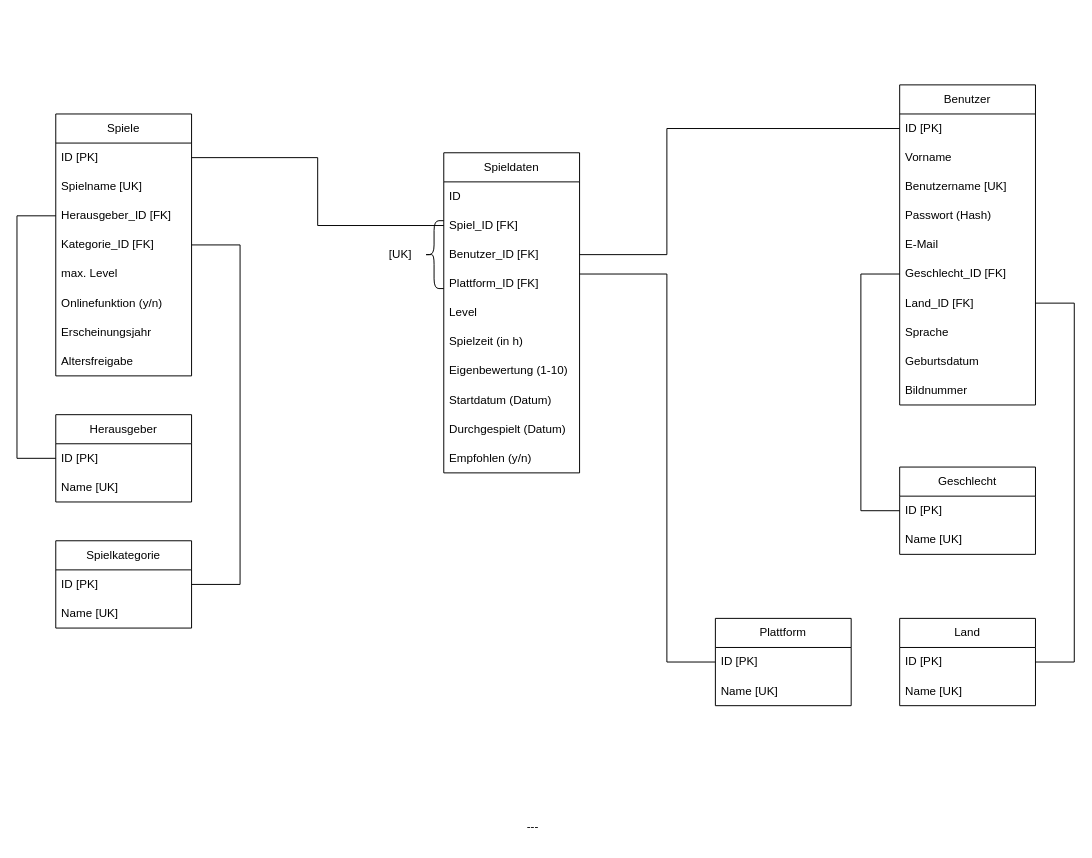
The draw.io diagram page "Logisches Modell" (1 of 2) of doku/Datenbankmodelle.drawio in GameStat-Stieglitz-Rese/gameStat, before the edit. Source tidied: cells renumbered, new cells numbered last; positions are measured from the earlier drawing's top-left corner, leaving out a move shared by most shapes. Both pictures are drawn from the tidied source at 97%, with x=0, y=0 at pixel (16, 84).
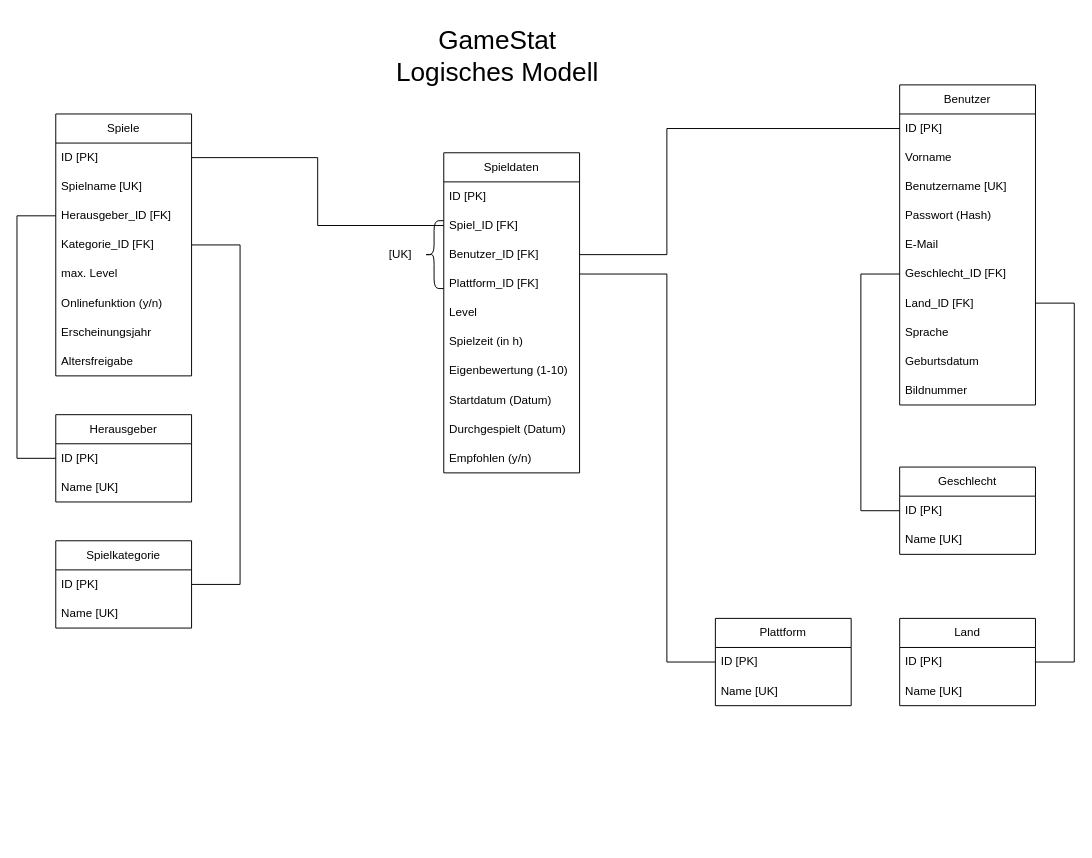
The same page after the edit.

The change refers to these unchanged cells:
```xml
<mxCell id="22" value="Spieldaten" style="swimlane;fontStyle=0;horizontal=1;startSize=30;whiteSpace=wrap;html=1;" parent="1" vertex="1">
  <mxGeometry x="440" y="70" width="140" height="330" as="geometry" />
</mxCell>
```

Change to the diagram source:
```diff
@@
-    <mxCell id="23" value="ID" style="text;strokeColor=none;fillColor=none;align=left;verticalAlign=middle;spacingLeft=4;spacingRight=4;overflow=hidden;whiteSpace=wrap;html=1;" parent="22" vertex="1">
+    <mxCell id="23" value="ID [PK]" style="text;strokeColor=none;fillColor=none;align=left;verticalAlign=middle;spacingLeft=4;spacingRight=4;overflow=hidden;whiteSpace=wrap;html=1;" parent="22" vertex="1">
       <mxGeometry y="30" width="140" height="30" as="geometry" />
     </mxCell>
@@
-    <mxCell id="43" value="---" style="text;strokeColor=none;fillColor=none;align=left;verticalAlign=middle;spacingLeft=4;spacingRight=4;overflow=hidden;whiteSpace=wrap;html=1;" parent="1" vertex="1">
-      <mxGeometry x="520" y="750" width="140" height="30" as="geometry" />
-    </mxCell>
@@
+    <mxCell id="58" value="GameStat&lt;br&gt;Logisches Modell" style="text;html=1;align=center;verticalAlign=middle;strokeColor=none;fillColor=none;fontSize=27;" parent="1" vertex="1">
+      <mxGeometry x="380" y="-70" width="230" height="80" as="geometry" />
+    </mxCell>
```
